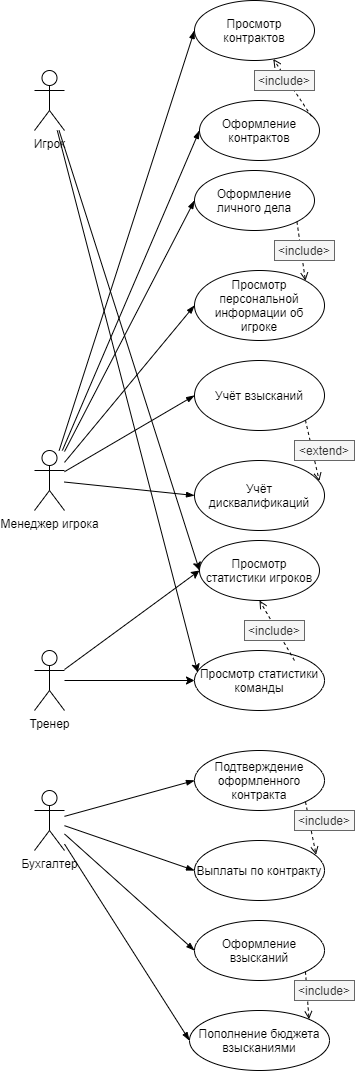
Zzzaikin/FootballClub keeps this draw.io diagram as Диаграмма вариантов использования.png. Above is the earlier version. Source tidied: cells renumbered, new cells last; positions are measured from the earlier drawing's top-left corner, leaving out a move shared by most shapes.
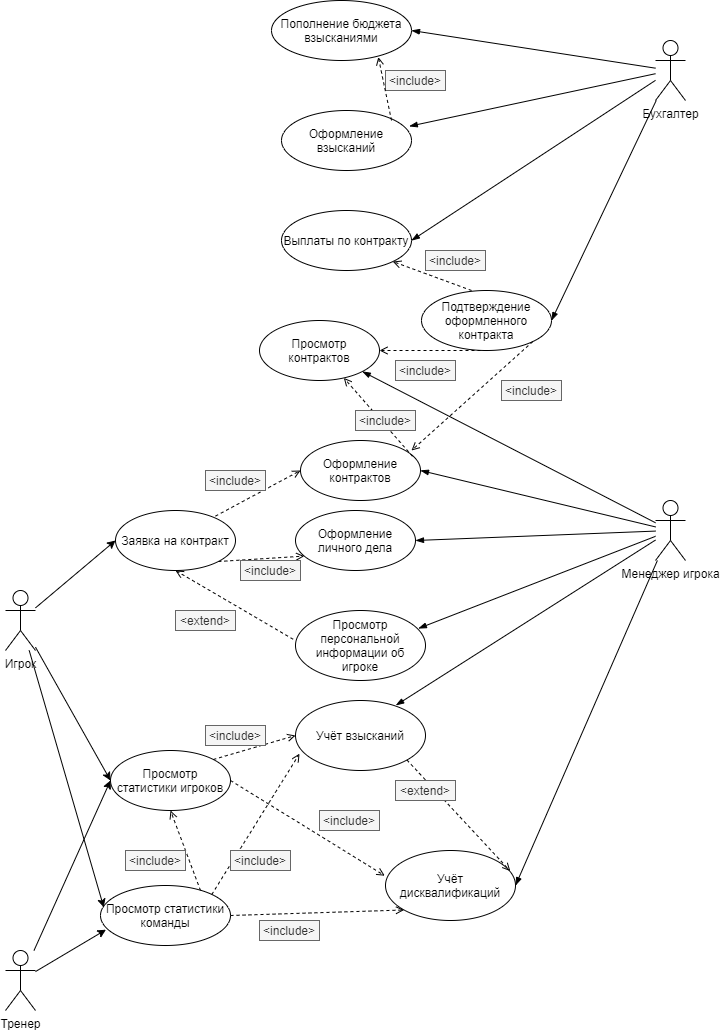
The same file after the commit.

Commit message:
Обновлена диаграмма вариантов использования согласно ревью

Change to the diagram source:
```diff
@@ -8,127 +8,187 @@
     <mxCell id="3" style="edgeStyle=none;jettySize=auto;html=1;entryX=0.025;entryY=0.363;entryDx=0;entryDy=0;entryPerimeter=0;" parent="1" edge="1" source="4" target="21">
       <mxGeometry relative="1" as="geometry" />
     </mxCell>
+    <mxCell id="44" style="rounded=0;jettySize=auto;html=1;entryX=0;entryY=0.5;entryDx=0;entryDy=0;" parent="1" edge="1" source="4" target="45">
+      <mxGeometry relative="1" as="geometry" />
+    </mxCell>
     <mxCell id="4" value="Игрок" style="shape=umlActor;verticalLabelPosition=bottom;verticalAlign=top;html=1;outlineConnect=0;" parent="1" vertex="1">
-      <mxGeometry y="70" width="30" height="60" as="geometry" />
+      <mxGeometry x="-150" y="700" width="30" height="60" as="geometry" />
     </mxCell>
-    <mxCell id="5" style="edgeStyle=none;jettySize=auto;html=1;entryX=0;entryY=0.5;entryDx=0;entryDy=0;endArrow=blockThin;endFill=1;" parent="1" edge="1" source="11" target="25">
+    <mxCell id="5" style="edgeStyle=none;jettySize=auto;html=1;entryX=1;entryY=0.5;entryDx=0;entryDy=0;endArrow=blockThin;endFill=1;" parent="1" edge="1" source="11" target="25">
       <mxGeometry relative="1" as="geometry" />
     </mxCell>
-    <mxCell id="6" style="edgeStyle=none;jettySize=auto;html=1;entryX=0;entryY=0.5;entryDx=0;entryDy=0;endArrow=blockThin;endFill=1;" parent="1" edge="1" source="11" target="24">
+    <mxCell id="6" style="edgeStyle=none;jettySize=auto;html=1;entryX=1;entryY=1;entryDx=0;entryDy=0;endArrow=blockThin;endFill=1;" parent="1" edge="1" source="11" target="24">
       <mxGeometry relative="1" as="geometry" />
     </mxCell>
-    <mxCell id="7" style="edgeStyle=none;jettySize=auto;html=1;entryX=0;entryY=0.5;entryDx=0;entryDy=0;endArrow=blockThin;endFill=1;" parent="1" edge="1" source="11" target="26">
+    <mxCell id="7" style="edgeStyle=none;jettySize=auto;html=1;entryX=1;entryY=0.5;entryDx=0;entryDy=0;endArrow=blockThin;endFill=1;" parent="1" edge="1" source="11" target="26">
       <mxGeometry relative="1" as="geometry" />
     </mxCell>
-    <mxCell id="8" style="edgeStyle=none;jettySize=auto;html=1;entryX=0;entryY=0.5;entryDx=0;entryDy=0;endArrow=blockThin;endFill=1;" parent="1" edge="1" source="11" target="27">
+    <mxCell id="8" style="edgeStyle=none;jettySize=auto;html=1;entryX=0.945;entryY=0.257;entryDx=0;entryDy=0;endArrow=blockThin;endFill=1;entryPerimeter=0;" parent="1" edge="1" source="11" target="27">
       <mxGeometry relative="1" as="geometry" />
     </mxCell>
-    <mxCell id="9" style="edgeStyle=none;jettySize=auto;html=1;entryX=0;entryY=0.5;entryDx=0;entryDy=0;endArrow=blockThin;endFill=1;" parent="1" edge="1" source="11" target="32">
+    <mxCell id="9" style="edgeStyle=none;jettySize=auto;html=1;entryX=0.772;entryY=0.069;entryDx=0;entryDy=0;endArrow=blockThin;endFill=1;entryPerimeter=0;" parent="1" edge="1" source="11" target="32">
       <mxGeometry relative="1" as="geometry" />
     </mxCell>
-    <mxCell id="10" style="edgeStyle=none;jettySize=auto;html=1;entryX=0;entryY=0.5;entryDx=0;entryDy=0;endArrow=blockThin;endFill=1;" parent="1" edge="1" source="11" target="33">
+    <mxCell id="10" style="edgeStyle=none;jettySize=auto;html=1;entryX=1;entryY=0.5;entryDx=0;entryDy=0;endArrow=blockThin;endFill=1;" parent="1" edge="1" source="11" target="33">
       <mxGeometry relative="1" as="geometry" />
     </mxCell>
     <mxCell id="11" value="Менеджер игрока" style="shape=umlActor;verticalLabelPosition=bottom;verticalAlign=top;html=1;outlineConnect=0;" parent="1" vertex="1">
-      <mxGeometry y="450" width="30" height="60" as="geometry" />
+      <mxGeometry x="500" y="610" width="30" height="60" as="geometry" />
     </mxCell>
     <mxCell id="12" style="edgeStyle=none;jettySize=auto;html=1;entryX=0;entryY=0.5;entryDx=0;entryDy=0;" parent="1" edge="1" source="14" target="20">
       <mxGeometry relative="1" as="geometry" />
     </mxCell>
-    <mxCell id="13" style="edgeStyle=none;jettySize=auto;html=1;entryX=0;entryY=0.5;entryDx=0;entryDy=0;" parent="1" edge="1" source="14">
-      <mxGeometry relative="1" as="geometry">
-        <mxPoint x="160" y="680" as="targetPoint" />
-      </mxGeometry>
+    <mxCell id="13" style="edgeStyle=none;jettySize=auto;html=1;entryX=0.042;entryY=0.737;entryDx=0;entryDy=0;entryPerimeter=0;" parent="1" edge="1" source="14" target="21">
+      <mxGeometry relative="1" as="geometry" />
     </mxCell>
     <mxCell id="14" value="Тренер" style="shape=umlActor;verticalLabelPosition=bottom;verticalAlign=top;html=1;outlineConnect=0;" parent="1" vertex="1">
-      <mxGeometry y="650" width="30" height="60" as="geometry" />
+      <mxGeometry x="-150" y="1060" width="30" height="60" as="geometry" />
     </mxCell>
-    <mxCell id="15" style="edgeStyle=none;jettySize=auto;html=1;entryX=0;entryY=0.5;entryDx=0;entryDy=0;endArrow=blockThin;endFill=1;" parent="1" edge="1" source="19" target="36">
+    <mxCell id="15" style="edgeStyle=none;jettySize=auto;html=1;entryX=1;entryY=0.5;entryDx=0;entryDy=0;endArrow=blockThin;endFill=1;" parent="1" edge="1" source="19" target="36">
       <mxGeometry relative="1" as="geometry" />
     </mxCell>
-    <mxCell id="16" style="edgeStyle=none;jettySize=auto;html=1;entryX=0;entryY=0.5;entryDx=0;entryDy=0;endArrow=blockThin;endFill=1;" parent="1" edge="1" source="19" target="37">
+    <mxCell id="16" style="edgeStyle=none;jettySize=auto;html=1;entryX=1;entryY=0.5;entryDx=0;entryDy=0;endArrow=blockThin;endFill=1;" parent="1" edge="1" source="19" target="37">
       <mxGeometry relative="1" as="geometry" />
     </mxCell>
-    <mxCell id="17" style="edgeStyle=none;jettySize=auto;html=1;entryX=0;entryY=0.5;entryDx=0;entryDy=0;endArrow=blockThin;endFill=1;" parent="1" edge="1" source="19" target="40">
+    <mxCell id="17" style="edgeStyle=none;jettySize=auto;html=1;entryX=0.983;entryY=0.263;entryDx=0;entryDy=0;endArrow=blockThin;endFill=1;entryPerimeter=0;" parent="1" edge="1" source="19" target="40">
       <mxGeometry relative="1" as="geometry" />
     </mxCell>
-    <mxCell id="18" style="edgeStyle=none;jettySize=auto;html=1;entryX=0;entryY=0.5;entryDx=0;entryDy=0;endArrow=blockThin;endFill=1;" parent="1" edge="1" source="19" target="41">
+    <mxCell id="18" style="edgeStyle=none;jettySize=auto;html=1;entryX=1;entryY=0.5;entryDx=0;entryDy=0;endArrow=blockThin;endFill=1;" parent="1" edge="1" source="19" target="41">
       <mxGeometry relative="1" as="geometry" />
     </mxCell>
     <mxCell id="19" value="Бухгалтер" style="shape=umlActor;verticalLabelPosition=bottom;verticalAlign=top;html=1;outlineConnect=0;" parent="1" vertex="1">
-      <mxGeometry y="790" width="30" height="60" as="geometry" />
+      <mxGeometry x="500" y="150" width="30" height="60" as="geometry" />
     </mxCell>
     <mxCell id="20" value="Просмотр статистики игроков" style="ellipse;whiteSpace=wrap;html=1;" parent="1" vertex="1">
-      <mxGeometry x="165" y="540" width="120" height="60" as="geometry" />
+      <mxGeometry x="-45" y="860" width="120" height="60" as="geometry" />
     </mxCell>
     <mxCell id="21" value="Просмотр статистики команды" style="ellipse;whiteSpace=wrap;html=1;" parent="1" vertex="1">
-      <mxGeometry x="160" y="650" width="130" height="60" as="geometry" />
+      <mxGeometry x="-55" y="995" width="130" height="60" as="geometry" />
     </mxCell>
-    <mxCell id="22" style="endArrow=open;html=1;exitX=0.769;exitY=0.167;exitDx=0;exitDy=0;exitPerimeter=0;entryX=0.5;entryY=1;entryDx=0;entryDy=0;endFill=0;dashed=1;" parent="1" edge="1" source="21" target="20">
-      <mxGeometry relative="1" as="geometry" />
+    <mxCell id="22" style="endArrow=open;html=1;entryX=0.5;entryY=1;entryDx=0;entryDy=0;endFill=0;dashed=1;" parent="1" edge="1" target="20">
+      <mxGeometry relative="1" as="geometry">
+        <mxPoint x="45" y="1000" as="sourcePoint" />
+      </mxGeometry>
     </mxCell>
     <mxCell id="23" value="&amp;lt;include&amp;gt;" style="text;html=1;align=center;verticalAlign=middle;whiteSpace=wrap;rounded=0;fillColor=#f5f5f5;strokeColor=#666666;fontColor=#333333;" parent="1" vertex="1">
-      <mxGeometry x="210" y="620" width="60" height="20" as="geometry" />
+      <mxGeometry x="-30" y="960" width="60" height="20" as="geometry" />
     </mxCell>
     <mxCell id="24" value="Просмотр контрактов" style="ellipse;whiteSpace=wrap;html=1;" parent="1" vertex="1">
-      <mxGeometry x="160" width="120" height="60" as="geometry" />
+      <mxGeometry x="104" y="430" width="120" height="60" as="geometry" />
     </mxCell>
     <mxCell id="25" value="Оформление контрактов" style="ellipse;whiteSpace=wrap;html=1;" parent="1" vertex="1">
-      <mxGeometry x="165" y="100" width="120" height="60" as="geometry" />
+      <mxGeometry x="145" y="550" width="120" height="60" as="geometry" />
     </mxCell>
     <mxCell id="26" value="Оформление личного дела" style="ellipse;whiteSpace=wrap;html=1;" parent="1" vertex="1">
-      <mxGeometry x="160" y="170" width="120" height="60" as="geometry" />
+      <mxGeometry x="140" y="620" width="120" height="60" as="geometry" />
     </mxCell>
     <mxCell id="27" value="Просмотр персональной информации об игроке" style="ellipse;whiteSpace=wrap;html=1;" parent="1" vertex="1">
-      <mxGeometry x="160" y="270" width="130" height="70" as="geometry" />
+      <mxGeometry x="140" y="720" width="130" height="70" as="geometry" />
     </mxCell>
     <mxCell id="28" style="endArrow=open;html=1;exitX=0.933;exitY=0.263;exitDx=0;exitDy=0;exitPerimeter=0;endFill=0;dashed=1;" parent="1" edge="1" source="25" target="24">
       <mxGeometry relative="1" as="geometry" />
     </mxCell>
     <mxCell id="29" value="&amp;lt;include&amp;gt;" style="text;html=1;align=center;verticalAlign=middle;whiteSpace=wrap;rounded=0;fillColor=#f5f5f5;strokeColor=#666666;fontColor=#333333;" parent="1" vertex="1">
-      <mxGeometry x="220" y="70" width="60" height="20" as="geometry" />
+      <mxGeometry x="200" y="520" width="60" height="20" as="geometry" />
     </mxCell>
-    <mxCell id="30" style="endArrow=open;html=1;exitX=1;exitY=1;exitDx=0;exitDy=0;entryX=1;entryY=0;entryDx=0;entryDy=0;endFill=0;dashed=1;" parent="1" edge="1" source="26" target="27">
+    <mxCell id="30" style="endArrow=open;html=1;exitX=1;exitY=1;exitDx=0;exitDy=0;entryX=0.073;entryY=0.76;entryDx=0;entryDy=0;endFill=0;dashed=1;entryPerimeter=0;" parent="1" edge="1" source="45" target="26">
       <mxGeometry relative="1" as="geometry" />
     </mxCell>
     <mxCell id="31" value="&amp;lt;include&amp;gt;" style="text;html=1;align=center;verticalAlign=middle;whiteSpace=wrap;rounded=0;fillColor=#f5f5f5;strokeColor=#666666;fontColor=#333333;" parent="1" vertex="1">
-      <mxGeometry x="240" y="240" width="60" height="20" as="geometry" />
+      <mxGeometry x="85" y="670" width="60" height="20" as="geometry" />
     </mxCell>
     <mxCell id="32" value="Учёт взысканий" style="ellipse;whiteSpace=wrap;html=1;" parent="1" vertex="1">
-      <mxGeometry x="160" y="360" width="130" height="70" as="geometry" />
+      <mxGeometry x="140" y="810" width="130" height="70" as="geometry" />
     </mxCell>
     <mxCell id="33" value="Учёт дисквалификаций" style="ellipse;whiteSpace=wrap;html=1;" parent="1" vertex="1">
-      <mxGeometry x="160" y="460" width="130" height="70" as="geometry" />
+      <mxGeometry x="230" y="960" width="130" height="70" as="geometry" />
     </mxCell>
     <mxCell id="34" style="endArrow=open;html=1;exitX=1;exitY=1;exitDx=0;exitDy=0;entryX=0.96;entryY=0.294;entryDx=0;entryDy=0;endFill=0;dashed=1;entryPerimeter=0;" parent="1" edge="1" source="32" target="33">
       <mxGeometry relative="1" as="geometry" />
     </mxCell>
     <mxCell id="35" value="&amp;lt;extend&amp;gt;" style="text;html=1;align=center;verticalAlign=middle;whiteSpace=wrap;rounded=0;fillColor=#f5f5f5;strokeColor=#666666;fontColor=#333333;" parent="1" vertex="1">
-      <mxGeometry x="260" y="440" width="60" height="20" as="geometry" />
+      <mxGeometry x="240" y="890" width="60" height="20" as="geometry" />
     </mxCell>
     <mxCell id="36" value="Подтверждение оформленного контракта" style="ellipse;whiteSpace=wrap;html=1;" parent="1" vertex="1">
-      <mxGeometry x="160" y="750" width="130" height="60" as="geometry" />
+      <mxGeometry x="266" y="400" width="130" height="60" as="geometry" />
     </mxCell>
     <mxCell id="37" value="Выплаты по контракту" style="ellipse;whiteSpace=wrap;html=1;" parent="1" vertex="1">
-      <mxGeometry x="160" y="840" width="130" height="60" as="geometry" />
+      <mxGeometry x="126" y="320" width="130" height="60" as="geometry" />
     </mxCell>
-    <mxCell id="38" style="endArrow=open;html=1;exitX=1;exitY=1;exitDx=0;exitDy=0;entryX=0.935;entryY=0.237;entryDx=0;entryDy=0;endFill=0;dashed=1;entryPerimeter=0;" parent="1" edge="1" source="36" target="37">
+    <mxCell id="38" style="endArrow=open;html=1;exitX=0.385;exitY=0;exitDx=0;exitDy=0;entryX=1;entryY=1;entryDx=0;entryDy=0;endFill=0;dashed=1;exitPerimeter=0;" parent="1" edge="1" source="36" target="37">
       <mxGeometry relative="1" as="geometry" />
     </mxCell>
     <mxCell id="39" value="&amp;lt;include&amp;gt;" style="text;html=1;align=center;verticalAlign=middle;whiteSpace=wrap;rounded=0;fillColor=#f5f5f5;strokeColor=#666666;fontColor=#333333;" parent="1" vertex="1">
-      <mxGeometry x="260" y="810" width="60" height="20" as="geometry" />
+      <mxGeometry x="230" y="180" width="60" height="20" as="geometry" />
     </mxCell>
     <mxCell id="40" value="Оформление взысканий" style="ellipse;whiteSpace=wrap;html=1;" parent="1" vertex="1">
-      <mxGeometry x="160" y="920" width="130" height="60" as="geometry" />
+      <mxGeometry x="126" y="220" width="130" height="60" as="geometry" />
     </mxCell>
     <mxCell id="41" value="Пополнение бюджета взысканиями" style="ellipse;whiteSpace=wrap;html=1;" parent="1" vertex="1">
-      <mxGeometry x="155" y="1010" width="140" height="60" as="geometry" />
+      <mxGeometry x="116" y="110" width="140" height="60" as="geometry" />
     </mxCell>
-    <mxCell id="42" style="endArrow=open;html=1;exitX=1;exitY=1;exitDx=0;exitDy=0;entryX=1;entryY=0;entryDx=0;entryDy=0;endFill=0;dashed=1;" parent="1" edge="1" source="40" target="41">
-      <mxGeometry relative="1" as="geometry" />
+    <mxCell id="42" style="endArrow=open;html=1;entryX=0.763;entryY=0.943;entryDx=0;entryDy=0;endFill=0;dashed=1;entryPerimeter=0;" parent="1" edge="1" target="41">
+      <mxGeometry relative="1" as="geometry">
+        <mxPoint x="236" y="230" as="sourcePoint" />
+      </mxGeometry>
     </mxCell>
     <mxCell id="43" value="&amp;lt;include&amp;gt;" style="text;html=1;align=center;verticalAlign=middle;whiteSpace=wrap;rounded=0;fillColor=#f5f5f5;strokeColor=#666666;fontColor=#333333;" parent="1" vertex="1">
-      <mxGeometry x="260" y="980" width="60" height="20" as="geometry" />
+      <mxGeometry x="270" y="360" width="60" height="20" as="geometry" />
     </mxCell>
+    <mxCell id="45" value="Заявка на контракт" style="ellipse;whiteSpace=wrap;html=1;" parent="1" vertex="1">
+      <mxGeometry x="-40" y="620" width="120" height="60" as="geometry" />
+    </mxCell>
+    <mxCell id="46" style="endArrow=open;html=1;exitX=1;exitY=1;exitDx=0;exitDy=0;entryX=0;entryY=0.5;entryDx=0;entryDy=0;endFill=0;dashed=1;" parent="1" edge="1" target="25">
+      <mxGeometry relative="1" as="geometry">
+        <mxPoint x="60" y="625.6" as="sourcePoint" />
+      </mxGeometry>
+    </mxCell>
+    <mxCell id="47" value="&amp;lt;include&amp;gt;" style="text;html=1;align=center;verticalAlign=middle;whiteSpace=wrap;rounded=0;fillColor=#f5f5f5;strokeColor=#666666;fontColor=#333333;" parent="1" vertex="1">
+      <mxGeometry x="50" y="580" width="60" height="20" as="geometry" />
+    </mxCell>
+    <mxCell id="48" style="endArrow=open;html=1;exitX=-0.018;exitY=0.411;exitDx=0;exitDy=0;entryX=0.5;entryY=1;entryDx=0;entryDy=0;endFill=0;dashed=1;exitPerimeter=0;" parent="1" edge="1" source="27" target="45">
+      <mxGeometry relative="1" as="geometry" />
+    </mxCell>
+    <mxCell id="49" value="&amp;lt;extend&amp;gt;" style="text;html=1;align=center;verticalAlign=middle;whiteSpace=wrap;rounded=0;fillColor=#f5f5f5;strokeColor=#666666;fontColor=#333333;" parent="1" vertex="1">
+      <mxGeometry x="20" y="720" width="60" height="20" as="geometry" />
+    </mxCell>
+    <mxCell id="50" style="endArrow=open;html=1;exitX=1;exitY=0.5;exitDx=0;exitDy=0;entryX=0;entryY=1;entryDx=0;entryDy=0;endFill=0;dashed=1;" parent="1" edge="1" source="21" target="33">
+      <mxGeometry relative="1" as="geometry" />
+    </mxCell>
+    <mxCell id="51" style="endArrow=open;html=1;exitX=1;exitY=0.5;exitDx=0;exitDy=0;entryX=-0.006;entryY=0.36;entryDx=0;entryDy=0;endFill=0;dashed=1;entryPerimeter=0;" parent="1" edge="1" source="20" target="33">
+      <mxGeometry relative="1" as="geometry" />
+    </mxCell>
+    <mxCell id="52" style="endArrow=open;html=1;exitX=1;exitY=0;exitDx=0;exitDy=0;entryX=0;entryY=0.5;entryDx=0;entryDy=0;endFill=0;dashed=1;" parent="1" edge="1" source="20" target="32">
+      <mxGeometry relative="1" as="geometry" />
+    </mxCell>
+    <mxCell id="53" style="endArrow=open;html=1;exitX=1;exitY=0;exitDx=0;exitDy=0;entryX=0.031;entryY=0.76;entryDx=0;entryDy=0;endFill=0;dashed=1;entryPerimeter=0;" parent="1" edge="1" source="21" target="32">
+      <mxGeometry relative="1" as="geometry" />
+    </mxCell>
+    <mxCell id="54" value="&amp;lt;include&amp;gt;" style="text;html=1;align=center;verticalAlign=middle;whiteSpace=wrap;rounded=0;fillColor=#f5f5f5;strokeColor=#666666;fontColor=#333333;" parent="1" vertex="1">
+      <mxGeometry x="104" y="1030" width="60" height="20" as="geometry" />
+    </mxCell>
+    <mxCell id="55" value="&amp;lt;include&amp;gt;" style="text;html=1;align=center;verticalAlign=middle;whiteSpace=wrap;rounded=0;fillColor=#f5f5f5;strokeColor=#666666;fontColor=#333333;" parent="1" vertex="1">
+      <mxGeometry x="75" y="960" width="60" height="20" as="geometry" />
+    </mxCell>
+    <mxCell id="56" value="&amp;lt;include&amp;gt;" style="text;html=1;align=center;verticalAlign=middle;whiteSpace=wrap;rounded=0;fillColor=#f5f5f5;strokeColor=#666666;fontColor=#333333;" parent="1" vertex="1">
+      <mxGeometry x="164" y="920" width="60" height="20" as="geometry" />
+    </mxCell>
+    <mxCell id="57" value="&amp;lt;include&amp;gt;" style="text;html=1;align=center;verticalAlign=middle;whiteSpace=wrap;rounded=0;fillColor=#f5f5f5;strokeColor=#666666;fontColor=#333333;" parent="1" vertex="1">
+      <mxGeometry x="50" y="835" width="60" height="20" as="geometry" />
+    </mxCell>
+    <mxCell id="58" style="endArrow=open;html=1;exitX=0.5;exitY=1;exitDx=0;exitDy=0;entryX=1;entryY=0.5;entryDx=0;entryDy=0;endFill=0;dashed=1;" parent="1" edge="1" source="36" target="24">
+      <mxGeometry relative="1" as="geometry" />
+    </mxCell>
+    <mxCell id="59" style="endArrow=open;html=1;exitX=1;exitY=1;exitDx=0;exitDy=0;endFill=0;dashed=1;" parent="1" edge="1" source="36">
+      <mxGeometry relative="1" as="geometry">
+        <mxPoint x="256" y="560" as="targetPoint" />
+      </mxGeometry>
+    </mxCell>
+    <mxCell id="60" value="&amp;lt;include&amp;gt;" style="text;html=1;align=center;verticalAlign=middle;whiteSpace=wrap;rounded=0;fillColor=#f5f5f5;strokeColor=#666666;fontColor=#333333;" parent="1" vertex="1">
+      <mxGeometry x="240" y="470" width="60" height="20" as="geometry" />
+    </mxCell>
+    <mxCell id="61" value="&amp;lt;include&amp;gt;" style="text;html=1;align=center;verticalAlign=middle;whiteSpace=wrap;rounded=0;fillColor=#f5f5f5;strokeColor=#666666;fontColor=#333333;" parent="1" vertex="1">
+      <mxGeometry x="346" y="490" width="60" height="20" as="geometry" />
+    </mxCell>
   </root>
 </mxGraphModel>
```
